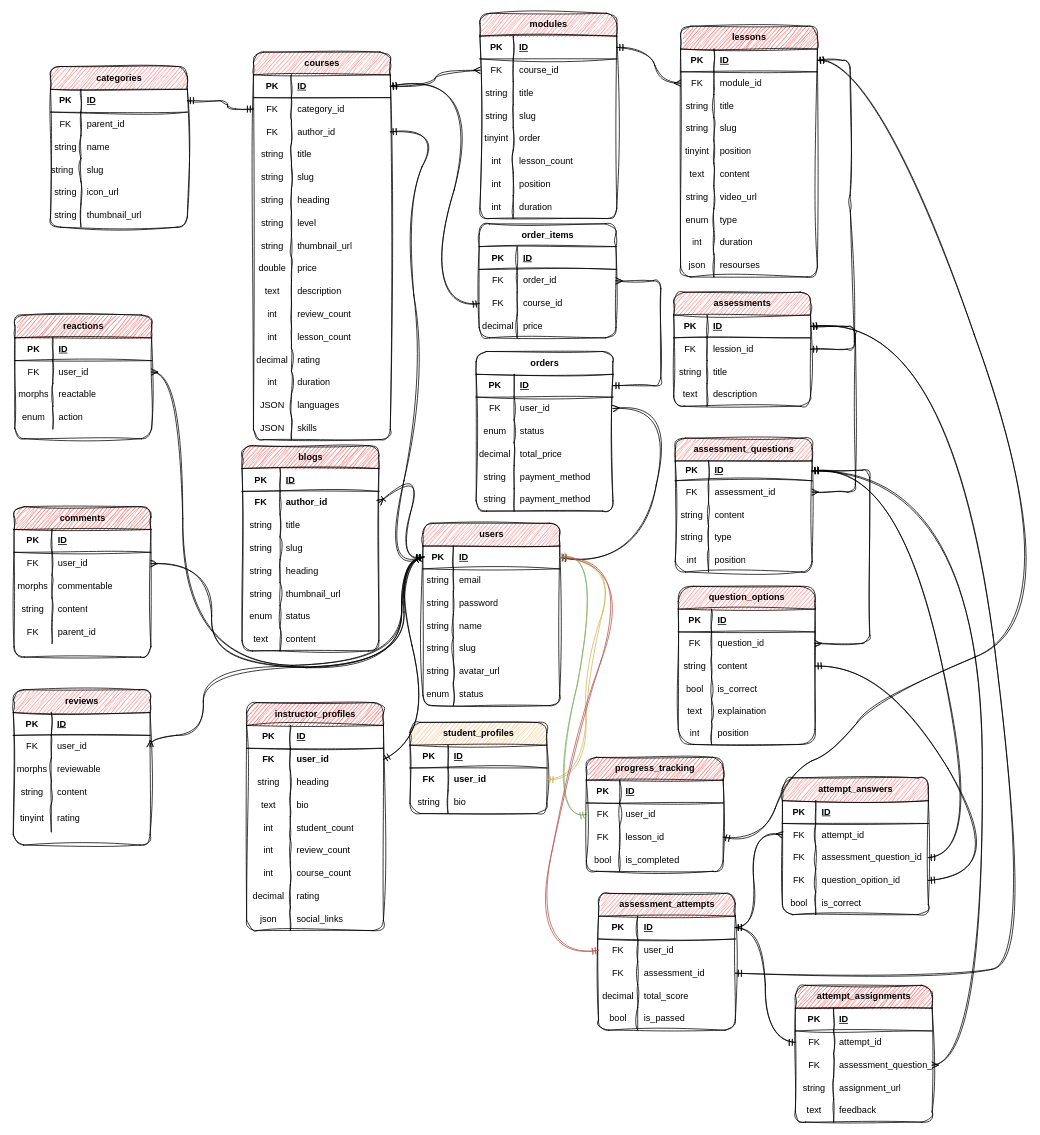
Before: CodeZoneDatabase.drawio in BuiVanHuy001/CodeZone, a draw.io diagram. Source tidied: cells renumbered, new cells numbered last; positions are measured from the earlier drawing's top-left corner, leaving out a move shared by most shapes. Both pictures are drawn from the tidied source at 76%, with x=0, y=0 at pixel (13, 13).
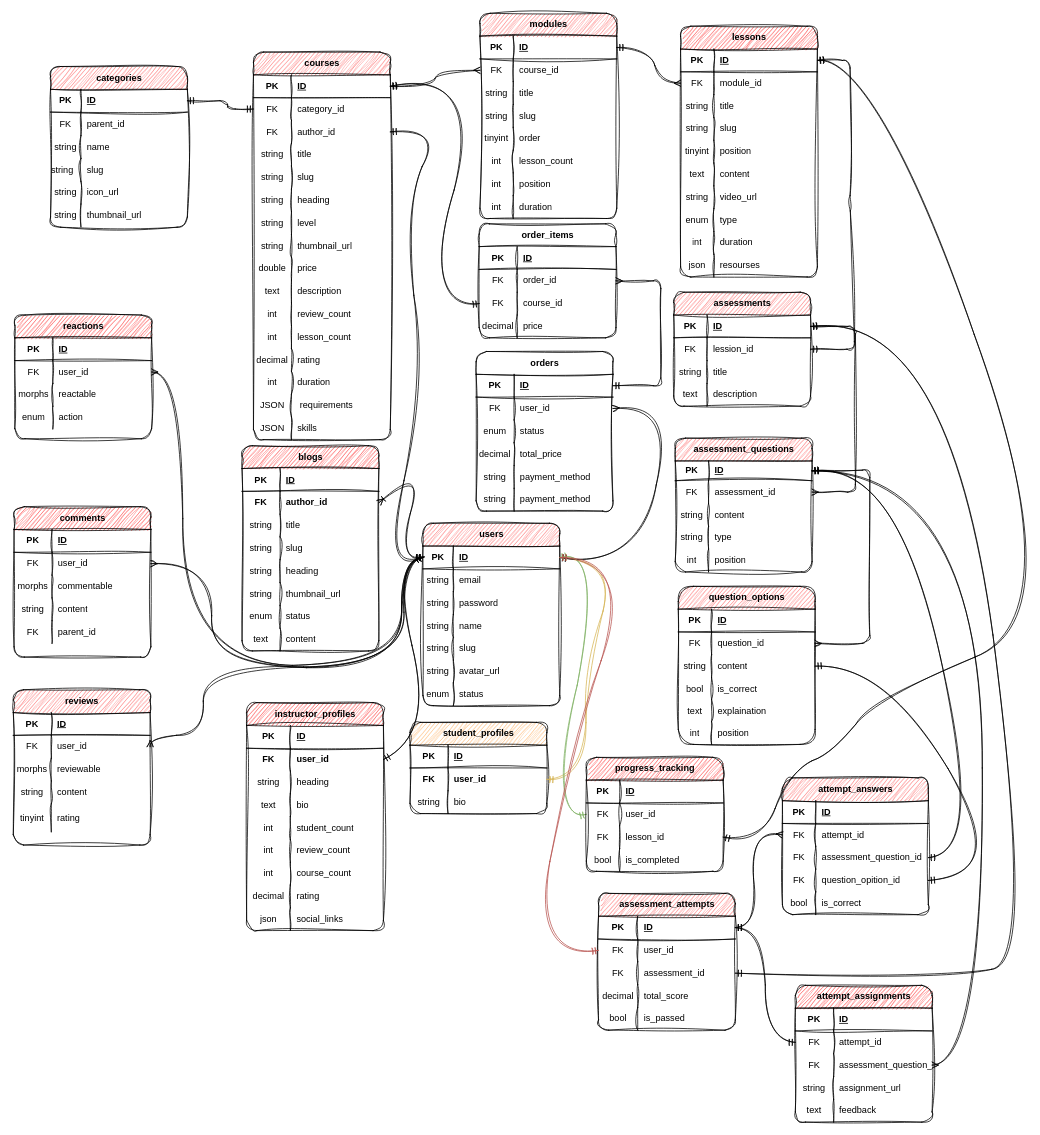
Above is the later version.

The change refers to these unchanged cells:
```xml
<mxCell id="73" style="shape=tableRow;horizontal=0;startSize=0;swimlaneHead=0;swimlaneBody=0;fillColor=none;top=0;left=0;right=0;bottom=0;sketch=1;curveFitting=1;jiggle=2;rounded=1;shadow=0;" parent="30" vertex="1">
  <mxGeometry y="450" width="180" height="30" as="geometry" />
</mxCell>
```

The edit, as a diff of the source:
```diff
@@
-    <mxCell id="75" value="languages" style="shape=partialRectangle;fillColor=none;top=0;left=0;bottom=0;right=0;align=left;spacingLeft=6;overflow=hidden;whiteSpace=wrap;html=1;sketch=1;curveFitting=1;jiggle=2;rounded=1;shadow=0;" parent="73" vertex="1">
+    <mxCell id="75" value="&amp;nbsp;requirements" style="shape=partialRectangle;fillColor=none;top=0;left=0;bottom=0;right=0;align=left;spacingLeft=6;overflow=hidden;whiteSpace=wrap;html=1;sketch=1;curveFitting=1;jiggle=2;rounded=1;shadow=0;" parent="73" vertex="1">
       <mxGeometry x="50" width="130" height="30" as="geometry" />
     </mxCell>
```
